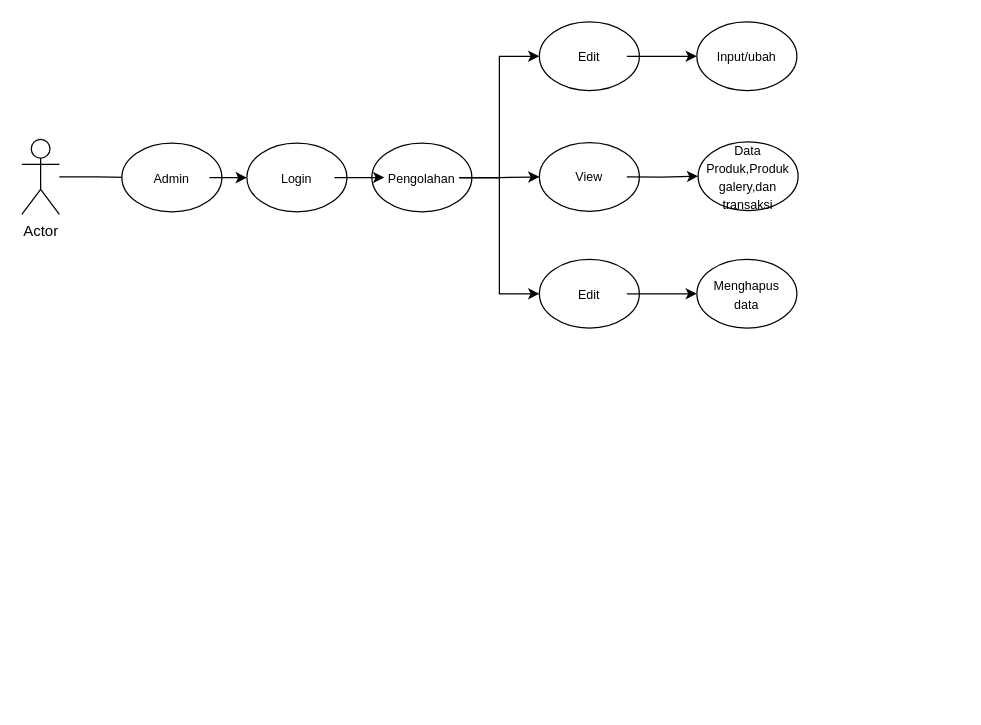
MuhamadRezaPahlevi/Webpro2_Reza keeps this draw.io diagram as usecase.drawio. Above is the earlier version. Source tidied: cells renumbered, new cells numbered last; positions are measured from the earlier drawing's top-left corner, leaving out a move shared by most shapes. Both pictures are drawn from the tidied source at 125%, with x=0, y=0 at pixel (21, 21).
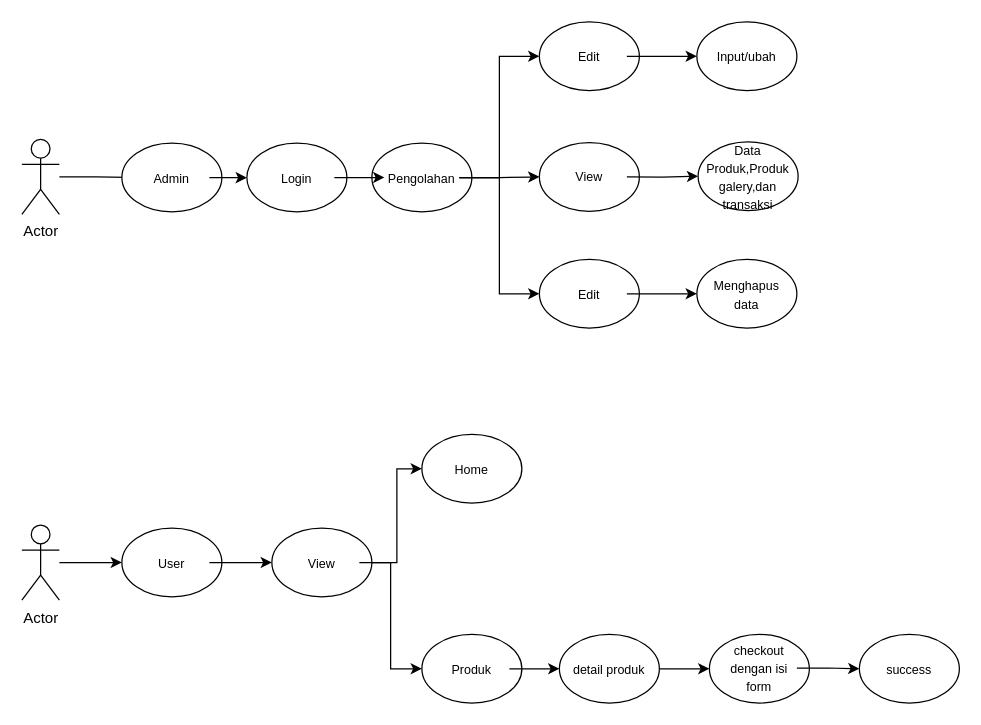
The same diagram, later.

Diff of the diagram source:
```diff
@@
+    <mxCell id="42" style="edgeStyle=orthogonalEdgeStyle;rounded=0;jettySize=auto;html=1;entryX=0;entryY=0.5;entryDx=0;entryDy=0;" parent="1" edge="1" source="43" target="52">
+      <mxGeometry relative="1" as="geometry" />
+    </mxCell>
+    <mxCell id="43" value="Actor" style="shape=umlActor;verticalLabelPosition=bottom;verticalAlign=top;html=1;outlineConnect=0;" parent="1" vertex="1">
+      <mxGeometry y="402.5" width="30" height="60" as="geometry" />
+    </mxCell>
+    <mxCell id="44" style="group;" parent="1" vertex="1">
+      <mxGeometry x="320" y="330" width="80" height="55" as="geometry" />
+    </mxCell>
+    <mxCell id="45" style="ellipse;whiteSpace=wrap;html=1;" parent="44" vertex="1">
+      <mxGeometry width="80" height="55" as="geometry" />
+    </mxCell>
+    <mxCell id="46" value="&lt;font style=&quot;font-size: 10px;&quot;&gt;Home&lt;/font&gt;" style="text;html=1;strokeColor=none;fillColor=none;align=center;verticalAlign=middle;whiteSpace=wrap;rounded=0;" parent="44" vertex="1">
+      <mxGeometry x="10" y="13.8" width="60" height="27.5" as="geometry" />
+    </mxCell>
+    <mxCell id="47" style="group;" parent="1" vertex="1">
+      <mxGeometry x="80" y="405" width="320" height="55" as="geometry" />
+    </mxCell>
+    <mxCell id="48" style="group;" parent="47" vertex="1">
+      <mxGeometry x="120" width="80" height="55" as="geometry" />
+    </mxCell>
+    <mxCell id="49" style="ellipse;whiteSpace=wrap;html=1;" parent="48" vertex="1">
+      <mxGeometry width="80" height="55" as="geometry" />
+    </mxCell>
+    <mxCell id="50" value="&lt;font style=&quot;font-size: 10px;&quot;&gt;View&lt;/font&gt;" style="text;html=1;strokeColor=none;fillColor=none;align=center;verticalAlign=middle;whiteSpace=wrap;rounded=0;" parent="48" vertex="1">
+      <mxGeometry x="10" y="13.8" width="60" height="27.5" as="geometry" />
+    </mxCell>
+    <mxCell id="51" style="group;" parent="47" vertex="1">
+      <mxGeometry width="80" height="55" as="geometry" />
+    </mxCell>
+    <mxCell id="52" style="ellipse;whiteSpace=wrap;html=1;" parent="51" vertex="1">
+      <mxGeometry width="80" height="55" as="geometry" />
+    </mxCell>
+    <mxCell id="53" value="&lt;font style=&quot;font-size: 10px;&quot;&gt;User&lt;/font&gt;" style="text;html=1;strokeColor=none;fillColor=none;align=center;verticalAlign=middle;whiteSpace=wrap;rounded=0;" parent="51" vertex="1">
+      <mxGeometry x="10" y="13.8" width="60" height="27.5" as="geometry" />
+    </mxCell>
+    <mxCell id="54" style="edgeStyle=orthogonalEdgeStyle;rounded=0;jettySize=auto;html=1;entryX=0;entryY=0.5;entryDx=0;entryDy=0;" parent="47" edge="1" source="53" target="49">
+      <mxGeometry relative="1" as="geometry" />
+    </mxCell>
+    <mxCell id="55" style="group;" parent="1" vertex="1">
+      <mxGeometry x="430" y="490" width="320" height="55" as="geometry" />
+    </mxCell>
+    <mxCell id="56" style="group;" parent="55" vertex="1">
+      <mxGeometry x="120" width="80" height="55" as="geometry" />
+    </mxCell>
+    <mxCell id="57" style="ellipse;whiteSpace=wrap;html=1;" parent="56" vertex="1">
+      <mxGeometry width="80" height="55" as="geometry" />
+    </mxCell>
+    <mxCell id="58" value="&lt;font style=&quot;font-size: 10px;&quot;&gt;checkout dengan isi form&lt;/font&gt;" style="text;html=1;strokeColor=none;fillColor=none;align=center;verticalAlign=middle;whiteSpace=wrap;rounded=0;" parent="56" vertex="1">
+      <mxGeometry x="10" y="13.8" width="60" height="26.2" as="geometry" />
+    </mxCell>
+    <mxCell id="59" style="group;" parent="55" vertex="1">
+      <mxGeometry width="80" height="55" as="geometry" />
+    </mxCell>
+    <mxCell id="60" style="ellipse;whiteSpace=wrap;html=1;" parent="59" vertex="1">
+      <mxGeometry width="80" height="55" as="geometry" />
+    </mxCell>
+    <mxCell id="61" value="&lt;font style=&quot;font-size: 10px;&quot;&gt;detail produk&lt;/font&gt;" style="text;html=1;strokeColor=none;fillColor=none;align=center;verticalAlign=middle;whiteSpace=wrap;rounded=0;" parent="59" vertex="1">
+      <mxGeometry x="10" y="13.8" width="60" height="27.5" as="geometry" />
+    </mxCell>
+    <mxCell id="62" style="group;" parent="55" vertex="1">
+      <mxGeometry x="240" width="80" height="55" as="geometry" />
+    </mxCell>
+    <mxCell id="63" style="ellipse;whiteSpace=wrap;html=1;" parent="62" vertex="1">
+      <mxGeometry width="80" height="55" as="geometry" />
+    </mxCell>
+    <mxCell id="64" value="&lt;font style=&quot;font-size: 10px;&quot;&gt;success&lt;/font&gt;" style="text;html=1;strokeColor=none;fillColor=none;align=center;verticalAlign=middle;whiteSpace=wrap;rounded=0;" parent="62" vertex="1">
+      <mxGeometry x="10" y="13.8" width="60" height="27.5" as="geometry" />
+    </mxCell>
+    <mxCell id="65" style="edgeStyle=orthogonalEdgeStyle;rounded=0;jettySize=auto;html=1;exitX=1;exitY=0.5;exitDx=0;exitDy=0;entryX=0;entryY=0.5;entryDx=0;entryDy=0;" parent="55" edge="1" source="60" target="57">
+      <mxGeometry relative="1" as="geometry" />
+    </mxCell>
+    <mxCell id="66" style="edgeStyle=orthogonalEdgeStyle;rounded=0;jettySize=auto;html=1;entryX=0;entryY=0.5;entryDx=0;entryDy=0;" parent="55" edge="1" source="58" target="63">
+      <mxGeometry relative="1" as="geometry" />
+    </mxCell>
+    <mxCell id="67" style="group;" parent="1" vertex="1">
+      <mxGeometry x="320" y="490" width="80" height="55" as="geometry" />
+    </mxCell>
+    <mxCell id="68" style="ellipse;whiteSpace=wrap;html=1;" parent="67" vertex="1">
+      <mxGeometry width="80" height="55" as="geometry" />
+    </mxCell>
+    <mxCell id="69" value="&lt;font style=&quot;font-size: 10px;&quot;&gt;Produk&lt;/font&gt;" style="text;html=1;strokeColor=none;fillColor=none;align=center;verticalAlign=middle;whiteSpace=wrap;rounded=0;" parent="67" vertex="1">
+      <mxGeometry x="10" y="13.8" width="60" height="27.5" as="geometry" />
+    </mxCell>
+    <mxCell id="70" style="edgeStyle=orthogonalEdgeStyle;rounded=0;jettySize=auto;html=1;entryX=0;entryY=0.5;entryDx=0;entryDy=0;" parent="1" edge="1" source="49" target="45">
+      <mxGeometry relative="1" as="geometry" />
+    </mxCell>
+    <mxCell id="71" style="edgeStyle=orthogonalEdgeStyle;rounded=0;jettySize=auto;html=1;entryX=0;entryY=0.5;entryDx=0;entryDy=0;" parent="1" edge="1" source="50" target="68">
+      <mxGeometry relative="1" as="geometry" />
+    </mxCell>
+    <mxCell id="72" style="edgeStyle=orthogonalEdgeStyle;rounded=0;jettySize=auto;html=1;entryX=0;entryY=0.5;entryDx=0;entryDy=0;" parent="1" edge="1" source="69" target="60">
+      <mxGeometry relative="1" as="geometry" />
+    </mxCell>
```
